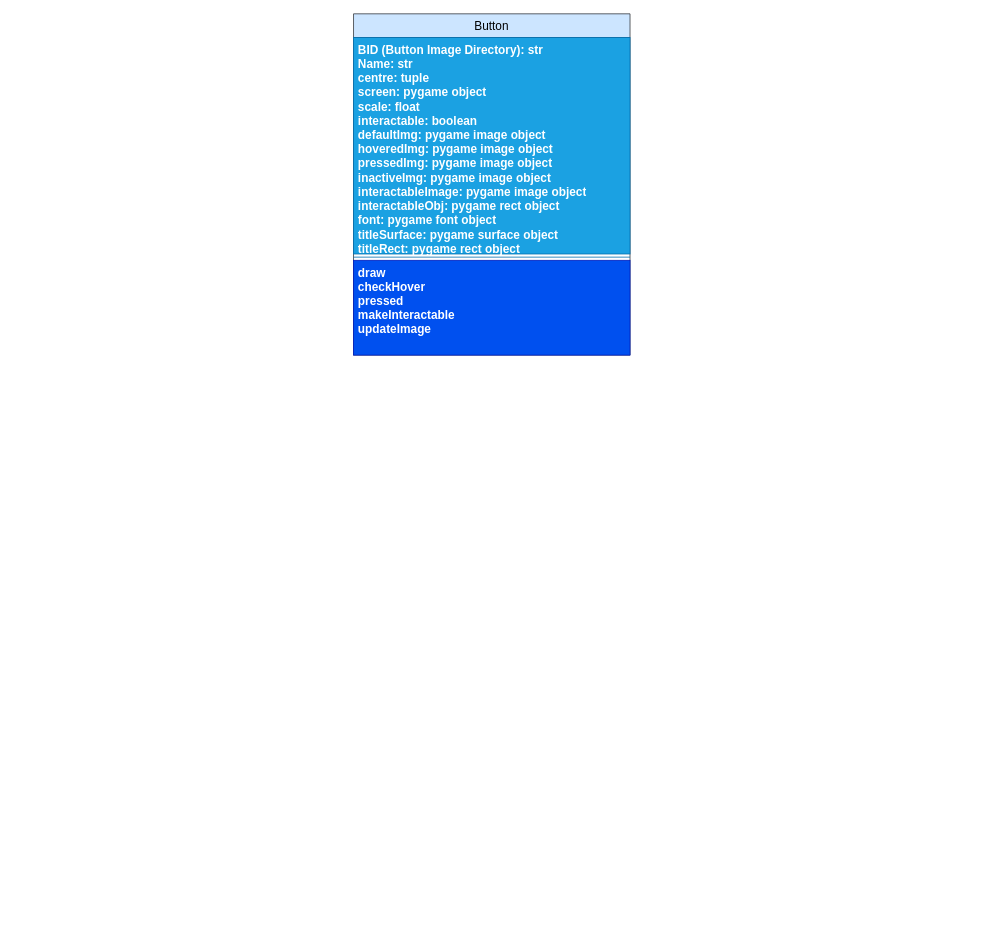
Earlier version of the draw.io diagram flowCharts/buttonClassDiagram.drawio (CDonners/None-Exam-Assessment-2026-AQA). Source tidied: cells renumbered, new cells numbered last; positions are measured from the earlier drawing's top-left corner, leaving out a move shared by most shapes. Both pictures are drawn from the tidied source at 79%, with x=0, y=0 at pixel (353, 13).
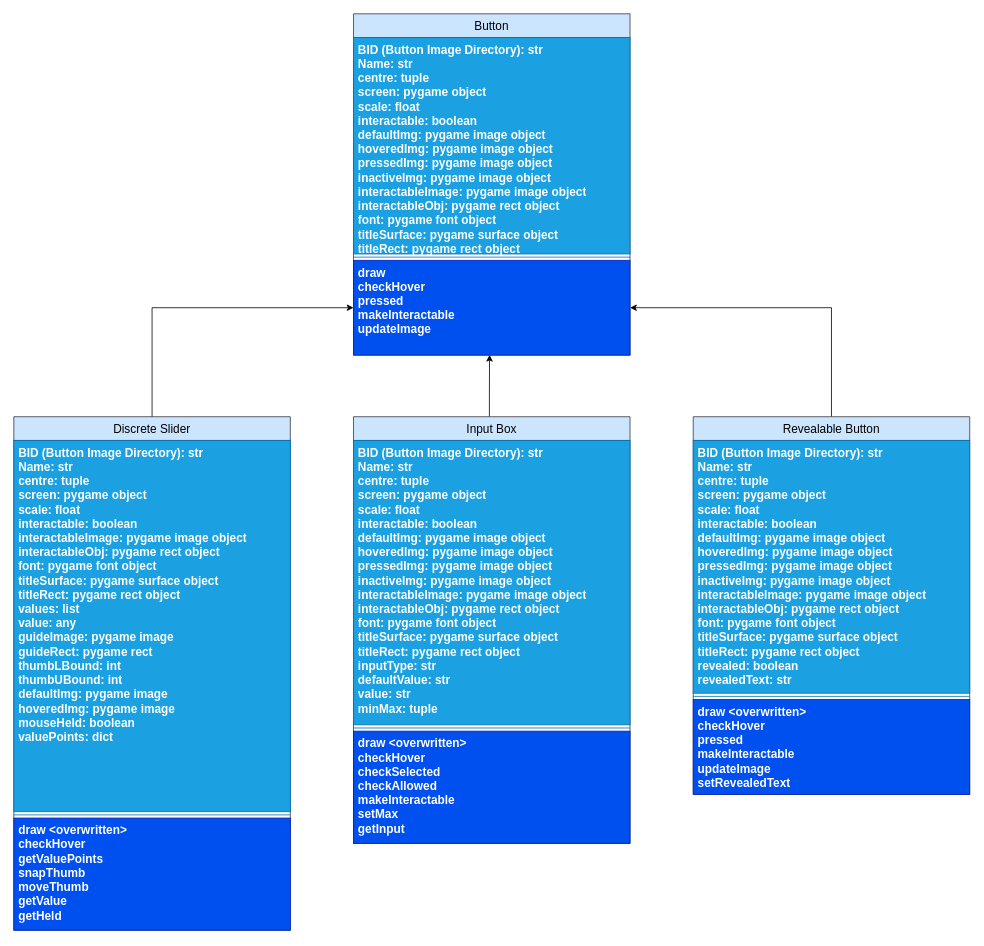
The same page after the edit.

Unchanged cells that the change refers to:
```xml
<mxCell id="5" value="&lt;font style=&quot;font-size: 15px;&quot;&gt;&lt;b&gt;draw&lt;/b&gt;&lt;/font&gt;&lt;div&gt;&lt;font style=&quot;font-size: 15px;&quot;&gt;&lt;b&gt;checkHover&lt;/b&gt;&lt;/font&gt;&lt;/div&gt;&lt;div&gt;&lt;font style=&quot;font-size: 15px;&quot;&gt;&lt;b&gt;pressed&lt;/b&gt;&lt;/font&gt;&lt;/div&gt;&lt;div&gt;&lt;font style=&quot;font-size: 15px;&quot;&gt;&lt;b&gt;makeInteractable&lt;/b&gt;&lt;/font&gt;&lt;/div&gt;&lt;div&gt;&lt;font style=&quot;font-size: 15px;&quot;&gt;&lt;b&gt;updateImage&lt;/b&gt;&lt;/font&gt;&lt;/div&gt;" style="text;strokeColor=#001DBC;fillColor=#0050ef;align=left;verticalAlign=top;spacingLeft=4;spacingRight=4;overflow=hidden;points=[[0,0.5],[1,0.5]];portConstraint=eastwest;whiteSpace=wrap;html=1;fontColor=#ffffff;" parent="2" vertex="1">
  <mxGeometry y="312" width="350" height="120" as="geometry" />
</mxCell>
```

What changed in the source:
```diff
@@
+    <mxCell id="6" style="edgeStyle=orthogonalEdgeStyle;rounded=0;jettySize=auto;html=1;" parent="1" edge="1" source="7" target="5">
+      <mxGeometry relative="1" as="geometry" />
+    </mxCell>
+    <mxCell id="7" value="&lt;span style=&quot;font-weight: normal;&quot;&gt;&lt;font style=&quot;font-size: 15px;&quot;&gt;Discrete Slider&lt;/font&gt;&lt;/span&gt;" style="swimlane;fontStyle=1;align=center;verticalAlign=top;horizontal=1;startSize=30;whiteSpace=wrap;html=1;fillColor=#cce5ff;strokeColor=#36393d;" parent="1" vertex="1">
+      <mxGeometry x="-430" y="510" width="350" height="650" as="geometry" />
+    </mxCell>
+    <mxCell id="8" value="&lt;font style=&quot;font-size: 15px;&quot;&gt;&lt;b&gt;BID (Button Image Directory): str&lt;/b&gt;&lt;/font&gt;&lt;div&gt;&lt;font style=&quot;font-size: 15px;&quot;&gt;&lt;b&gt;Name: str&lt;br&gt;&lt;/b&gt;&lt;/font&gt;&lt;div&gt;&lt;font style=&quot;font-size: 15px;&quot;&gt;&lt;b&gt;centre: tuple&lt;/b&gt;&lt;/font&gt;&lt;/div&gt;&lt;/div&gt;&lt;div&gt;&lt;font style=&quot;font-size: 15px;&quot;&gt;&lt;b&gt;screen: pygame object&lt;/b&gt;&lt;/font&gt;&lt;/div&gt;&lt;div&gt;&lt;font style=&quot;font-size: 15px;&quot;&gt;&lt;b&gt;scale: float&lt;/b&gt;&lt;/font&gt;&lt;/div&gt;&lt;div&gt;&lt;font style=&quot;font-size: 15px;&quot;&gt;&lt;b&gt;interactable: boolean&lt;/b&gt;&lt;/font&gt;&lt;/div&gt;&lt;div&gt;&lt;b style=&quot;font-size: 15px; background-color: transparent; color: light-dark(rgb(255, 255, 255), rgb(18, 18, 18));&quot;&gt;&lt;span style=&quot;background-color: transparent;&quot;&gt;interactableImage&lt;/span&gt;&lt;span style=&quot;background-color: transparent;&quot;&gt;: pygame image object&lt;/span&gt;&lt;/b&gt;&lt;/div&gt;&lt;div&gt;&lt;span style=&quot;background-color: transparent;&quot;&gt;&lt;font style=&quot;font-size: 15px;&quot;&gt;&lt;b&gt;interactableObj: pygame rect object&lt;/b&gt;&lt;/font&gt;&lt;/span&gt;&lt;/div&gt;&lt;div&gt;&lt;span style=&quot;background-color: transparent;&quot;&gt;&lt;font style=&quot;font-size: 15px;&quot;&gt;&lt;b&gt;font: pygame font object&lt;/b&gt;&lt;/font&gt;&lt;/span&gt;&lt;/div&gt;&lt;div&gt;&lt;span style=&quot;background-color: transparent;&quot;&gt;&lt;font style=&quot;font-size: 15px;&quot;&gt;&lt;b&gt;titleSurface: pygame surface object&lt;/b&gt;&lt;/font&gt;&lt;/span&gt;&lt;/div&gt;&lt;div&gt;&lt;span style=&quot;background-color: transparent;&quot;&gt;&lt;font style=&quot;font-size: 15px;&quot;&gt;&lt;b&gt;titleRect: pygame rect object&lt;/b&gt;&lt;/font&gt;&lt;/span&gt;&lt;/div&gt;&lt;div&gt;&lt;span style=&quot;background-color: transparent;&quot;&gt;&lt;font style=&quot;font-size: 15px;&quot;&gt;&lt;b&gt;values: list&lt;/b&gt;&lt;/font&gt;&lt;/span&gt;&lt;/div&gt;&lt;div&gt;&lt;span style=&quot;background-color: transparent;&quot;&gt;&lt;font style=&quot;font-size: 15px;&quot;&gt;&lt;b&gt;value: any&lt;/b&gt;&lt;/font&gt;&lt;/span&gt;&lt;/div&gt;&lt;div&gt;&lt;span style=&quot;background-color: transparent;&quot;&gt;&lt;font style=&quot;font-size: 15px;&quot;&gt;&lt;b&gt;guideImage: pygame image&lt;/b&gt;&lt;/font&gt;&lt;/span&gt;&lt;/div&gt;&lt;div&gt;&lt;span style=&quot;background-color: transparent;&quot;&gt;&lt;font style=&quot;font-size: 15px;&quot;&gt;&lt;b&gt;guideRect: pygame rect&lt;/b&gt;&lt;/font&gt;&lt;/span&gt;&lt;/div&gt;&lt;div&gt;&lt;span style=&quot;background-color: transparent;&quot;&gt;&lt;font style=&quot;font-size: 15px;&quot;&gt;&lt;b&gt;thumbLBound: int&lt;/b&gt;&lt;/font&gt;&lt;/span&gt;&lt;/div&gt;&lt;div&gt;&lt;span style=&quot;background-color: transparent;&quot;&gt;&lt;font style=&quot;font-size: 15px;&quot;&gt;&lt;b&gt;thumbUBound: int&lt;/b&gt;&lt;/font&gt;&lt;/span&gt;&lt;/div&gt;&lt;div&gt;&lt;span style=&quot;background-color: transparent;&quot;&gt;&lt;font style=&quot;font-size: 15px;&quot;&gt;&lt;b&gt;defaultImg: pygame image&lt;/b&gt;&lt;/font&gt;&lt;/span&gt;&lt;/div&gt;&lt;div&gt;&lt;span style=&quot;background-color: transparent;&quot;&gt;&lt;font style=&quot;font-size: 15px;&quot;&gt;&lt;b&gt;hoveredImg: pygame image&lt;/b&gt;&lt;/font&gt;&lt;/span&gt;&lt;/div&gt;&lt;div&gt;&lt;span style=&quot;background-color: transparent;&quot;&gt;&lt;font style=&quot;font-size: 15px;&quot;&gt;&lt;b&gt;mouseHeld: boolean&lt;/b&gt;&lt;/font&gt;&lt;/span&gt;&lt;/div&gt;&lt;div&gt;&lt;span style=&quot;background-color: transparent;&quot;&gt;&lt;font style=&quot;font-size: 15px;&quot;&gt;&lt;b&gt;valuePoints: dict&lt;/b&gt;&lt;/font&gt;&lt;/span&gt;&lt;/div&gt;" style="text;align=left;verticalAlign=top;spacingLeft=4;spacingRight=4;overflow=hidden;whiteSpace=wrap;html=1;fillColor=#1ba1e2;strokeColor=#006EAF;fontColor=#ffffff;" parent="7" vertex="1">
+      <mxGeometry y="30" width="350" height="470" as="geometry" />
+    </mxCell>
+    <mxCell id="9" style="line;strokeWidth=1;align=left;verticalAlign=middle;spacingTop=-1;spacingLeft=3;spacingRight=3;labelPosition=right;fillColor=#1ba1e2;fontColor=#ffffff;strokeColor=#006EAF;" parent="7" vertex="1">
+      <mxGeometry y="500" width="350" height="8" as="geometry" />
+    </mxCell>
+    <mxCell id="10" value="&lt;font style=&quot;font-size: 15px;&quot;&gt;&lt;b&gt;draw &amp;lt;overwritten&amp;gt;&lt;/b&gt;&lt;/font&gt;&lt;div&gt;&lt;font style=&quot;font-size: 15px;&quot;&gt;&lt;b&gt;checkHover&lt;/b&gt;&lt;/font&gt;&lt;/div&gt;&lt;div&gt;&lt;span style=&quot;font-size: 15px;&quot;&gt;&lt;b&gt;getValuePoints&lt;/b&gt;&lt;/span&gt;&lt;/div&gt;&lt;div&gt;&lt;span style=&quot;font-size: 15px;&quot;&gt;&lt;b&gt;snapThumb&lt;/b&gt;&lt;/span&gt;&lt;/div&gt;&lt;div&gt;&lt;span style=&quot;font-size: 15px;&quot;&gt;&lt;b&gt;moveThumb&lt;/b&gt;&lt;/span&gt;&lt;/div&gt;&lt;div&gt;&lt;span style=&quot;font-size: 15px;&quot;&gt;&lt;b&gt;getValue&lt;/b&gt;&lt;/span&gt;&lt;/div&gt;&lt;div&gt;&lt;span style=&quot;font-size: 15px;&quot;&gt;&lt;b&gt;getHeld&lt;/b&gt;&lt;/span&gt;&lt;/div&gt;" style="text;strokeColor=#001DBC;fillColor=#0050ef;align=left;verticalAlign=top;spacingLeft=4;spacingRight=4;overflow=hidden;whiteSpace=wrap;html=1;fontColor=#ffffff;" parent="7" vertex="1">
+      <mxGeometry y="508" width="350" height="142" as="geometry" />
+    </mxCell>
+    <mxCell id="11" style="edgeStyle=orthogonalEdgeStyle;rounded=0;jettySize=auto;html=1;entryX=0.492;entryY=0.997;entryDx=0;entryDy=0;entryPerimeter=0;" parent="1" edge="1" source="12" target="5">
+      <mxGeometry relative="1" as="geometry">
+        <Array as="points">
+          <mxPoint x="172" y="480" />
+          <mxPoint x="172" y="480" />
+        </Array>
+      </mxGeometry>
+    </mxCell>
+    <mxCell id="12" value="&lt;span style=&quot;font-weight: normal;&quot;&gt;&lt;font style=&quot;font-size: 15px;&quot;&gt;Input Box&lt;/font&gt;&lt;/span&gt;" style="swimlane;fontStyle=1;align=center;verticalAlign=top;horizontal=1;startSize=30;whiteSpace=wrap;html=1;fillColor=#cce5ff;strokeColor=#36393d;" parent="1" vertex="1">
+      <mxGeometry y="510" width="350" height="540" as="geometry" />
+    </mxCell>
+    <mxCell id="13" value="&lt;font style=&quot;font-size: 15px;&quot;&gt;&lt;b&gt;BID (Button Image Directory): str&lt;/b&gt;&lt;/font&gt;&lt;div&gt;&lt;font style=&quot;font-size: 15px;&quot;&gt;&lt;b&gt;Name: str&lt;br&gt;&lt;/b&gt;&lt;/font&gt;&lt;div&gt;&lt;font style=&quot;font-size: 15px;&quot;&gt;&lt;b&gt;centre: tuple&lt;/b&gt;&lt;/font&gt;&lt;/div&gt;&lt;/div&gt;&lt;div&gt;&lt;font style=&quot;font-size: 15px;&quot;&gt;&lt;b&gt;screen: pygame object&lt;/b&gt;&lt;/font&gt;&lt;/div&gt;&lt;div&gt;&lt;font style=&quot;font-size: 15px;&quot;&gt;&lt;b&gt;scale: float&lt;/b&gt;&lt;/font&gt;&lt;/div&gt;&lt;div&gt;&lt;font style=&quot;font-size: 15px;&quot;&gt;&lt;b&gt;interactable: boolean&lt;/b&gt;&lt;/font&gt;&lt;/div&gt;&lt;div&gt;&lt;font style=&quot;font-size: 15px;&quot;&gt;&lt;b&gt;defaultImg: pygame image object&lt;/b&gt;&lt;/font&gt;&lt;/div&gt;&lt;div&gt;&lt;font style=&quot;font-size: 15px;&quot;&gt;&lt;b&gt;hoveredImg&lt;span style=&quot;background-color: transparent;&quot;&gt;: pygame image object&lt;/span&gt;&lt;/b&gt;&lt;/font&gt;&lt;/div&gt;&lt;div&gt;&lt;font style=&quot;font-size: 15px;&quot;&gt;&lt;b&gt;&lt;span style=&quot;background-color: transparent;&quot;&gt;pressedImg&lt;/span&gt;&lt;span style=&quot;background-color: transparent;&quot;&gt;: pygame image object&lt;/span&gt;&lt;/b&gt;&lt;/font&gt;&lt;/div&gt;&lt;div&gt;&lt;font style=&quot;font-size: 15px;&quot;&gt;&lt;b&gt;&lt;span style=&quot;background-color: transparent;&quot;&gt;inactiveImg&lt;/span&gt;&lt;span style=&quot;background-color: transparent;&quot;&gt;: pygame image object&lt;/span&gt;&lt;/b&gt;&lt;/font&gt;&lt;/div&gt;&lt;div&gt;&lt;font style=&quot;font-size: 15px;&quot;&gt;&lt;b&gt;&lt;span style=&quot;background-color: transparent;&quot;&gt;interactableImage&lt;/span&gt;&lt;span style=&quot;background-color: transparent;&quot;&gt;: pygame image object&lt;/span&gt;&lt;/b&gt;&lt;/font&gt;&lt;/div&gt;&lt;div&gt;&lt;span style=&quot;background-color: transparent;&quot;&gt;&lt;font style=&quot;font-size: 15px;&quot;&gt;&lt;b&gt;interactableObj: pygame rect object&lt;/b&gt;&lt;/font&gt;&lt;/span&gt;&lt;/div&gt;&lt;div&gt;&lt;span style=&quot;background-color: transparent;&quot;&gt;&lt;font style=&quot;font-size: 15px;&quot;&gt;&lt;b&gt;font: pygame font object&lt;/b&gt;&lt;/font&gt;&lt;/span&gt;&lt;/div&gt;&lt;div&gt;&lt;span style=&quot;background-color: transparent;&quot;&gt;&lt;font style=&quot;font-size: 15px;&quot;&gt;&lt;b&gt;titleSurface: pygame surface object&lt;/b&gt;&lt;/font&gt;&lt;/span&gt;&lt;/div&gt;&lt;div&gt;&lt;span style=&quot;background-color: transparent;&quot;&gt;&lt;font style=&quot;font-size: 15px;&quot;&gt;&lt;b&gt;titleRect: pygame rect object&lt;/b&gt;&lt;/font&gt;&lt;/span&gt;&lt;/div&gt;&lt;div&gt;&lt;span style=&quot;background-color: transparent;&quot;&gt;&lt;font style=&quot;font-size: 15px;&quot;&gt;&lt;b&gt;inputType: str&lt;/b&gt;&lt;/font&gt;&lt;/span&gt;&lt;/div&gt;&lt;div&gt;&lt;span style=&quot;background-color: transparent;&quot;&gt;&lt;font style=&quot;font-size: 15px;&quot;&gt;&lt;b&gt;defaultValue: str&lt;/b&gt;&lt;/font&gt;&lt;/span&gt;&lt;/div&gt;&lt;div&gt;&lt;span style=&quot;background-color: transparent;&quot;&gt;&lt;font style=&quot;font-size: 15px;&quot;&gt;&lt;b&gt;value: str&lt;/b&gt;&lt;/font&gt;&lt;/span&gt;&lt;/div&gt;&lt;div&gt;&lt;span style=&quot;background-color: transparent;&quot;&gt;&lt;font style=&quot;font-size: 15px;&quot;&gt;&lt;b&gt;minMax: tuple&lt;/b&gt;&lt;/font&gt;&lt;/span&gt;&lt;/div&gt;" style="text;align=left;verticalAlign=top;spacingLeft=4;spacingRight=4;overflow=hidden;whiteSpace=wrap;html=1;fillColor=#1ba1e2;strokeColor=#006EAF;fontColor=#ffffff;" parent="12" vertex="1">
+      <mxGeometry y="30" width="350" height="360" as="geometry" />
+    </mxCell>
+    <mxCell id="14" style="line;strokeWidth=1;align=left;verticalAlign=middle;spacingTop=-1;spacingLeft=3;spacingRight=3;labelPosition=right;fillColor=#1ba1e2;fontColor=#ffffff;strokeColor=#006EAF;" parent="12" vertex="1">
+      <mxGeometry y="390" width="350" height="8" as="geometry" />
+    </mxCell>
+    <mxCell id="15" value="&lt;font style=&quot;font-size: 15px;&quot;&gt;&lt;b&gt;draw &amp;lt;overwritten&amp;gt;&lt;/b&gt;&lt;/font&gt;&lt;div&gt;&lt;font style=&quot;font-size: 15px;&quot;&gt;&lt;b&gt;checkHover&lt;/b&gt;&lt;/font&gt;&lt;/div&gt;&lt;div&gt;&lt;b style=&quot;font-size: 15px; background-color: transparent; color: light-dark(rgb(255, 255, 255), rgb(18, 18, 18));&quot;&gt;checkSelected&lt;/b&gt;&lt;/div&gt;&lt;div&gt;&lt;b style=&quot;font-size: 15px; background-color: transparent; color: light-dark(rgb(255, 255, 255), rgb(18, 18, 18));&quot;&gt;checkAllowed&lt;/b&gt;&lt;/div&gt;&lt;div&gt;&lt;b style=&quot;font-size: 15px; background-color: transparent; color: light-dark(rgb(255, 255, 255), rgb(18, 18, 18));&quot;&gt;makeInteractable&lt;/b&gt;&lt;/div&gt;&lt;div&gt;&lt;font style=&quot;font-size: 15px;&quot;&gt;&lt;b&gt;setMax&lt;/b&gt;&lt;/font&gt;&lt;/div&gt;&lt;div&gt;&lt;font style=&quot;font-size: 15px;&quot;&gt;&lt;b&gt;getInput&lt;/b&gt;&lt;/font&gt;&lt;/div&gt;" style="text;strokeColor=#001DBC;fillColor=#0050ef;align=left;verticalAlign=top;spacingLeft=4;spacingRight=4;overflow=hidden;whiteSpace=wrap;html=1;fontColor=#ffffff;" parent="12" vertex="1">
+      <mxGeometry y="398" width="350" height="142" as="geometry" />
+    </mxCell>
+    <mxCell id="16" style="edgeStyle=orthogonalEdgeStyle;rounded=0;jettySize=auto;html=1;entryX=1;entryY=0.5;entryDx=0;entryDy=0;" parent="1" edge="1" source="17" target="5">
+      <mxGeometry relative="1" as="geometry" />
+    </mxCell>
+    <mxCell id="17" value="&lt;span style=&quot;font-weight: normal;&quot;&gt;&lt;font style=&quot;font-size: 15px;&quot;&gt;Revealable Button&lt;/font&gt;&lt;/span&gt;" style="swimlane;fontStyle=1;align=center;verticalAlign=top;horizontal=1;startSize=30;whiteSpace=wrap;html=1;fillColor=#cce5ff;strokeColor=#36393d;" parent="1" vertex="1">
+      <mxGeometry x="430" y="510" width="350" height="478" as="geometry" />
+    </mxCell>
+    <mxCell id="18" value="&lt;font style=&quot;font-size: 15px;&quot;&gt;&lt;b&gt;BID (Button Image Directory): str&lt;/b&gt;&lt;/font&gt;&lt;div&gt;&lt;font style=&quot;font-size: 15px;&quot;&gt;&lt;b&gt;Name: str&lt;br&gt;&lt;/b&gt;&lt;/font&gt;&lt;div&gt;&lt;font style=&quot;font-size: 15px;&quot;&gt;&lt;b&gt;centre: tuple&lt;/b&gt;&lt;/font&gt;&lt;/div&gt;&lt;/div&gt;&lt;div&gt;&lt;font style=&quot;font-size: 15px;&quot;&gt;&lt;b&gt;screen: pygame object&lt;/b&gt;&lt;/font&gt;&lt;/div&gt;&lt;div&gt;&lt;font style=&quot;font-size: 15px;&quot;&gt;&lt;b&gt;scale: float&lt;/b&gt;&lt;/font&gt;&lt;/div&gt;&lt;div&gt;&lt;font style=&quot;font-size: 15px;&quot;&gt;&lt;b&gt;interactable: boolean&lt;/b&gt;&lt;/font&gt;&lt;/div&gt;&lt;div&gt;&lt;font style=&quot;font-size: 15px;&quot;&gt;&lt;b&gt;defaultImg: pygame image object&lt;/b&gt;&lt;/font&gt;&lt;/div&gt;&lt;div&gt;&lt;font style=&quot;font-size: 15px;&quot;&gt;&lt;b&gt;hoveredImg&lt;span style=&quot;background-color: transparent;&quot;&gt;: pygame image object&lt;/span&gt;&lt;/b&gt;&lt;/font&gt;&lt;/div&gt;&lt;div&gt;&lt;font style=&quot;font-size: 15px;&quot;&gt;&lt;b&gt;&lt;span style=&quot;background-color: transparent;&quot;&gt;pressedImg&lt;/span&gt;&lt;span style=&quot;background-color: transparent;&quot;&gt;: pygame image object&lt;/span&gt;&lt;/b&gt;&lt;/font&gt;&lt;/div&gt;&lt;div&gt;&lt;font style=&quot;font-size: 15px;&quot;&gt;&lt;b&gt;&lt;span style=&quot;background-color: transparent;&quot;&gt;inactiveImg&lt;/span&gt;&lt;span style=&quot;background-color: transparent;&quot;&gt;: pygame image object&lt;/span&gt;&lt;/b&gt;&lt;/font&gt;&lt;/div&gt;&lt;div&gt;&lt;font style=&quot;font-size: 15px;&quot;&gt;&lt;b&gt;&lt;span style=&quot;background-color: transparent;&quot;&gt;interactableImage&lt;/span&gt;&lt;span style=&quot;background-color: transparent;&quot;&gt;: pygame image object&lt;/span&gt;&lt;/b&gt;&lt;/font&gt;&lt;/div&gt;&lt;div&gt;&lt;span style=&quot;background-color: transparent;&quot;&gt;&lt;font style=&quot;font-size: 15px;&quot;&gt;&lt;b&gt;interactableObj: pygame rect object&lt;/b&gt;&lt;/font&gt;&lt;/span&gt;&lt;/div&gt;&lt;div&gt;&lt;span style=&quot;background-color: transparent;&quot;&gt;&lt;font style=&quot;font-size: 15px;&quot;&gt;&lt;b&gt;font: pygame font object&lt;/b&gt;&lt;/font&gt;&lt;/span&gt;&lt;/div&gt;&lt;div&gt;&lt;span style=&quot;background-color: transparent;&quot;&gt;&lt;font style=&quot;font-size: 15px;&quot;&gt;&lt;b&gt;titleSurface: pygame surface object&lt;/b&gt;&lt;/font&gt;&lt;/span&gt;&lt;/div&gt;&lt;div&gt;&lt;span style=&quot;background-color: transparent;&quot;&gt;&lt;font style=&quot;font-size: 15px;&quot;&gt;&lt;b&gt;titleRect: pygame rect object&lt;/b&gt;&lt;/font&gt;&lt;/span&gt;&lt;/div&gt;&lt;div&gt;&lt;span style=&quot;background-color: transparent;&quot;&gt;&lt;font style=&quot;font-size: 15px;&quot;&gt;&lt;b&gt;revealed: boolean&lt;/b&gt;&lt;/font&gt;&lt;/span&gt;&lt;/div&gt;&lt;div&gt;&lt;span style=&quot;background-color: transparent;&quot;&gt;&lt;font style=&quot;font-size: 15px;&quot;&gt;&lt;b&gt;revealedText: str&lt;/b&gt;&lt;/font&gt;&lt;/span&gt;&lt;/div&gt;" style="text;align=left;verticalAlign=top;spacingLeft=4;spacingRight=4;overflow=hidden;whiteSpace=wrap;html=1;fillColor=#1ba1e2;strokeColor=#006EAF;fontColor=#ffffff;" parent="17" vertex="1">
+      <mxGeometry y="30" width="350" height="320" as="geometry" />
+    </mxCell>
+    <mxCell id="19" style="line;strokeWidth=1;align=left;verticalAlign=middle;spacingTop=-1;spacingLeft=3;spacingRight=3;labelPosition=right;fillColor=#1ba1e2;fontColor=#ffffff;strokeColor=#006EAF;" parent="17" vertex="1">
+      <mxGeometry y="350" width="350" height="8" as="geometry" />
+    </mxCell>
+    <mxCell id="20" value="&lt;font style=&quot;font-size: 15px;&quot;&gt;&lt;b&gt;draw &amp;lt;overwritten&amp;gt;&lt;/b&gt;&lt;/font&gt;&lt;div&gt;&lt;font style=&quot;font-size: 15px;&quot;&gt;&lt;b&gt;checkHover&lt;/b&gt;&lt;/font&gt;&lt;/div&gt;&lt;div&gt;&lt;font style=&quot;font-size: 15px;&quot;&gt;&lt;b&gt;pressed&lt;/b&gt;&lt;/font&gt;&lt;/div&gt;&lt;div&gt;&lt;font style=&quot;font-size: 15px;&quot;&gt;&lt;b&gt;makeInteractable&lt;/b&gt;&lt;/font&gt;&lt;/div&gt;&lt;div&gt;&lt;font style=&quot;font-size: 15px;&quot;&gt;&lt;b&gt;updateImage&lt;/b&gt;&lt;/font&gt;&lt;/div&gt;&lt;div&gt;&lt;font style=&quot;font-size: 15px;&quot;&gt;&lt;b&gt;setRevealedText&lt;/b&gt;&lt;/font&gt;&lt;/div&gt;" style="text;strokeColor=#001DBC;fillColor=#0050ef;align=left;verticalAlign=top;spacingLeft=4;spacingRight=4;overflow=hidden;whiteSpace=wrap;html=1;fontColor=#ffffff;" parent="17" vertex="1">
+      <mxGeometry y="358" width="350" height="120" as="geometry" />
+    </mxCell>
```
